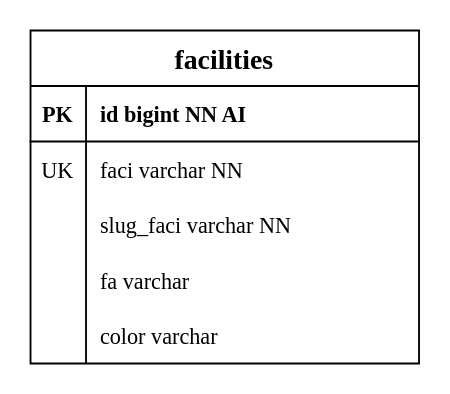
Suzuki0916/Real_Estate_Site keeps this draw.io diagram as Documentation/diags/DB_diags/facilities_db.drawio. Above is the earlier version. Source tidied: cells renumbered, new cells numbered last; positions are measured from the earlier drawing's top-left corner, leaving out a move shared by most shapes. Both pictures are drawn from the tidied source at 185%, with x=0, y=0 at pixel (30, 30).
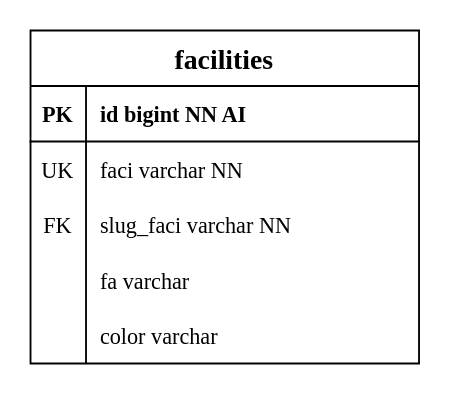
After the change.

Change to the diagram source:
```diff
@@
 <mxGraphModel>
   <root>
     <mxCell id="0" />
     <mxCell id="1" parent="0" />
     <mxCell id="2" value="facilities" style="shape=table;startSize=30;childLayout=tableLayout;rowLines=0;fontStyle=1;align=center;rounded=0;horizontal=1;verticalAlign=middle;fontSize=15;swimlaneLine=1;sketch=0;labelBorderColor=none;fontFamily=Times New Roman;" parent="1" vertex="1">
       <mxGeometry width="210" height="180" as="geometry" />
     </mxCell>
     <mxCell id="3" style="shape=tableRow;horizontal=0;startSize=0;swimlaneHead=0;swimlaneBody=0;fillColor=none;top=0;left=0;right=0;bottom=1;rounded=0;labelBorderColor=none;fontFamily=Times New Roman;" parent="2" vertex="1">
       <mxGeometry y="30" width="210" height="30" as="geometry" />
     </mxCell>
     <mxCell id="4" value="PK" style="shape=partialRectangle;fillColor=none;top=0;left=0;bottom=0;right=0;fontStyle=1;overflow=hidden;rounded=0;labelBorderColor=none;fontFamily=Times New Roman;" parent="3" vertex="1">
       <mxGeometry width="30" height="30" as="geometry" />
     </mxCell>
     <mxCell id="5" value="id bigint NN AI" style="shape=partialRectangle;fillColor=none;top=0;left=0;bottom=0;right=0;align=left;spacingLeft=6;fontStyle=1;overflow=hidden;rounded=0;sketch=1;labelBorderColor=none;fontFamily=Times New Roman;" parent="3" vertex="1">
       <mxGeometry x="30" width="180" height="30" as="geometry" />
     </mxCell>
     <mxCell id="6" style="shape=tableRow;horizontal=0;startSize=0;swimlaneHead=0;swimlaneBody=0;fillColor=none;top=0;left=0;right=0;bottom=0;rounded=0;labelBorderColor=none;fontFamily=Times New Roman;" parent="2" vertex="1">
       <mxGeometry y="60" width="210" height="30" as="geometry" />
     </mxCell>
     <mxCell id="7" value="UK" style="shape=partialRectangle;fillColor=none;top=0;left=0;bottom=0;right=0;overflow=hidden;rounded=0;labelBorderColor=none;fontFamily=Times New Roman;" parent="6" vertex="1">
       <mxGeometry width="30" height="30" as="geometry" />
     </mxCell>
     <mxCell id="8" value="faci varchar NN" style="shape=partialRectangle;fillColor=none;top=0;left=0;bottom=0;right=0;align=left;spacingLeft=6;overflow=hidden;rounded=0;sketch=1;labelBorderColor=none;fontFamily=Times New Roman;" parent="6" vertex="1">
       <mxGeometry x="30" width="180" height="30" as="geometry" />
     </mxCell>
     <mxCell id="9" style="shape=tableRow;horizontal=0;startSize=0;swimlaneHead=0;swimlaneBody=0;fillColor=none;top=0;left=0;right=0;bottom=0;rounded=0;labelBorderColor=none;fontFamily=Times New Roman;" parent="2" vertex="1">
       <mxGeometry y="90" width="210" height="30" as="geometry" />
     </mxCell>
-    <mxCell id="10" style="shape=partialRectangle;fillColor=none;top=0;left=0;bottom=0;right=0;overflow=hidden;rounded=0;labelBorderColor=none;fontFamily=Times New Roman;" parent="9" vertex="1">
+    <mxCell id="10" value="FK" style="shape=partialRectangle;fillColor=none;top=0;left=0;bottom=0;right=0;overflow=hidden;rounded=0;labelBorderColor=none;fontFamily=Times New Roman;" parent="9" vertex="1">
       <mxGeometry width="30" height="30" as="geometry" />
     </mxCell>
     <mxCell id="11" value="slug_faci varchar NN" style="shape=partialRectangle;fillColor=none;top=0;left=0;bottom=0;right=0;align=left;spacingLeft=6;overflow=hidden;rounded=0;sketch=1;labelBorderColor=none;fontFamily=Times New Roman;" parent="9" vertex="1">
       <mxGeometry x="30" width="180" height="30" as="geometry" />
     </mxCell>
     <mxCell id="12" style="shape=tableRow;horizontal=0;startSize=0;swimlaneHead=0;swimlaneBody=0;fillColor=none;top=0;left=0;right=0;bottom=0;rounded=0;labelBorderColor=none;fontFamily=Times New Roman;" parent="2" vertex="1">
       <mxGeometry y="120" width="210" height="30" as="geometry" />
     </mxCell>
     <mxCell id="13" style="shape=partialRectangle;fillColor=none;top=0;left=0;bottom=0;right=0;overflow=hidden;rounded=0;labelBorderColor=none;fontFamily=Times New Roman;" parent="12" vertex="1">
       <mxGeometry width="30" height="30" as="geometry" />
     </mxCell>
     <mxCell id="14" value="fa varchar" style="shape=partialRectangle;fillColor=none;top=0;left=0;bottom=0;right=0;align=left;spacingLeft=6;overflow=hidden;rounded=0;sketch=1;labelBorderColor=none;fontFamily=Times New Roman;" parent="12" vertex="1">
       <mxGeometry x="30" width="180" height="30" as="geometry" />
     </mxCell>
     <mxCell id="15" style="shape=tableRow;horizontal=0;startSize=0;swimlaneHead=0;swimlaneBody=0;fillColor=none;top=0;left=0;right=0;bottom=0;rounded=0;labelBorderColor=none;fontFamily=Times New Roman;" parent="2" vertex="1">
       <mxGeometry y="150" width="210" height="30" as="geometry" />
     </mxCell>
     <mxCell id="16" style="shape=partialRectangle;fillColor=none;top=0;left=0;bottom=0;right=0;overflow=hidden;rounded=0;labelBorderColor=none;fontFamily=Times New Roman;" parent="15" vertex="1">
       <mxGeometry width="30" height="30" as="geometry" />
     </mxCell>
     <mxCell id="17" value="color varchar" style="shape=partialRectangle;fillColor=none;top=0;left=0;bottom=0;right=0;align=left;spacingLeft=6;overflow=hidden;rounded=0;sketch=1;labelBorderColor=none;fontFamily=Times New Roman;" parent="15" vertex="1">
       <mxGeometry x="30" width="180" height="30" as="geometry" />
     </mxCell>
   </root>
 </mxGraphModel>
```
